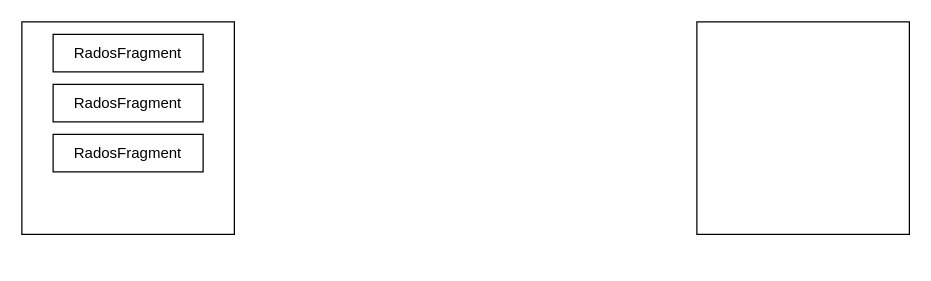
This is arrow-cls-2.drawio from JayjeetAtGithub/draw.io, a draw.io file, before an edit. Source tidied: cells renumbered, new cells numbered last; positions are measured from the earlier drawing's top-left corner, leaving out a move shared by most shapes. Both pictures are drawn from the tidied source at 125%, with x=0, y=0 at pixel (21, 21).
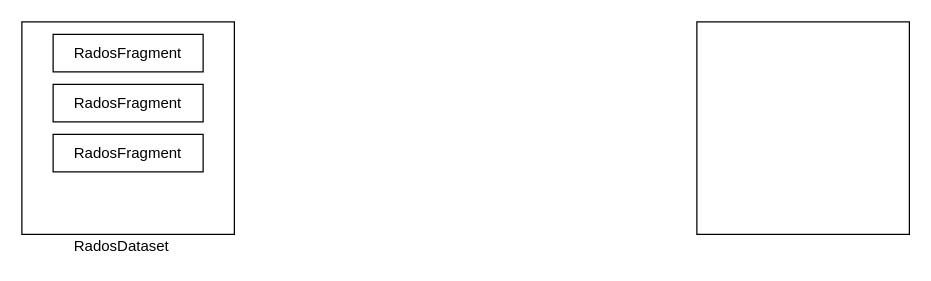
After the change.

Change to the diagram source:
```diff
@@
 <mxGraphModel>
   <root>
     <mxCell id="0" />
     <mxCell id="1" parent="0" />
     <mxCell id="2" style="whiteSpace=wrap;html=1;" parent="1" vertex="1">
       <mxGeometry width="170" height="170" as="geometry" />
     </mxCell>
     <mxCell id="3" style="whiteSpace=wrap;html=1;" parent="1" vertex="1">
       <mxGeometry x="540" width="170" height="170" as="geometry" />
     </mxCell>
     <mxCell id="4" value="RadosFragment" style="rounded=0;whiteSpace=wrap;html=1;" parent="1" vertex="1">
       <mxGeometry x="25" y="10" width="120" height="30" as="geometry" />
     </mxCell>
     <mxCell id="5" value="RadosFragment" style="rounded=0;whiteSpace=wrap;html=1;" parent="1" vertex="1">
       <mxGeometry x="25" y="90" width="120" height="30" as="geometry" />
     </mxCell>
     <mxCell id="6" value="RadosFragment" style="rounded=0;whiteSpace=wrap;html=1;" parent="1" vertex="1">
       <mxGeometry x="25" y="50" width="120" height="30" as="geometry" />
     </mxCell>
+    <mxCell id="7" value="RadosDataset" style="text;html=1;strokeColor=none;fillColor=none;align=center;verticalAlign=middle;whiteSpace=wrap;rounded=0;" parent="1" vertex="1">
+      <mxGeometry x="60" y="170" width="40" height="20" as="geometry" />
+    </mxCell>
   </root>
 </mxGraphModel>
```
